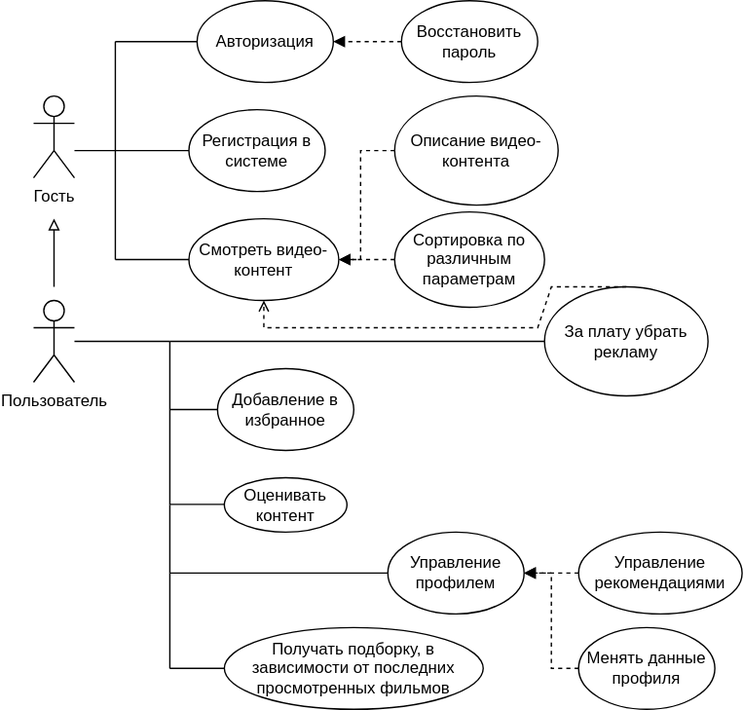
Before: lab1/pic/schema.svg, a diagram exported from draw.io (ta4ilka69/Fundamentals-of-Software-Engineering). Source tidied: cells renumbered, new cells last; positions are measured from the earlier drawing's top-left corner, leaving out a move shared by most shapes.
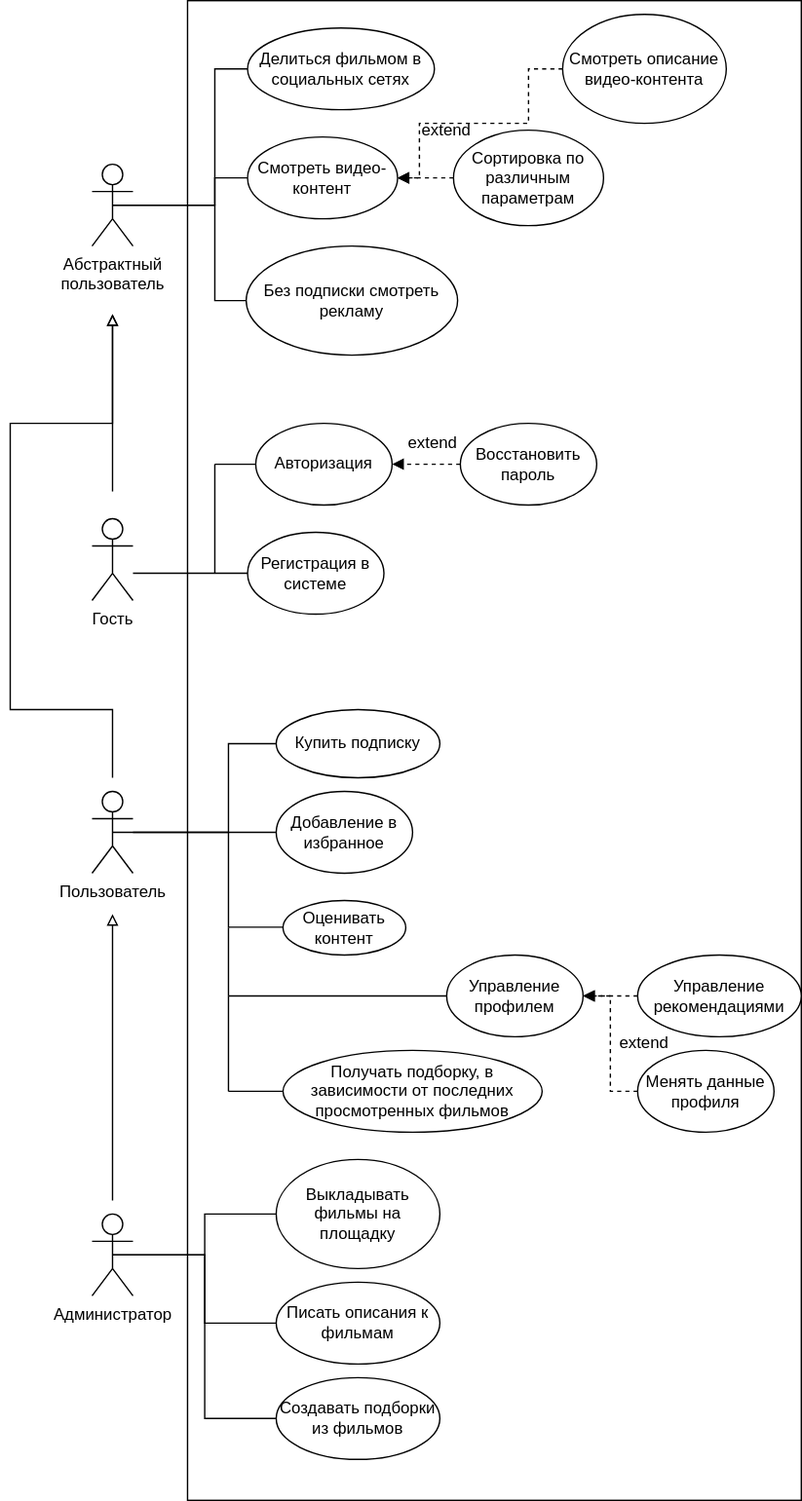
After the change.

What changed in the source:
```diff
@@ -2,11 +2,22 @@
   <root>
     <mxCell id="0" />
     <mxCell id="1" parent="0" />
+    <mxCell id="38" style="rounded=0;whiteSpace=wrap;html=1;" parent="1" vertex="1">
+      <mxGeometry x="70" y="-310" width="450" height="1100" as="geometry" />
+    </mxCell>
     <mxCell id="2" value="Гость" style="shape=umlActor;verticalLabelPosition=bottom;verticalAlign=top;html=1;" parent="1" vertex="1">
       <mxGeometry y="70" width="30" height="60" as="geometry" />
     </mxCell>
+    <mxCell id="39" style="edgeStyle=orthogonalEdgeStyle;rounded=0;jettySize=auto;html=1;exitX=0.5;exitY=0.5;exitDx=0;exitDy=0;exitPerimeter=0;entryX=0;entryY=0.5;entryDx=0;entryDy=0;endArrow=none;endFill=0;" parent="1" edge="1" source="3" target="54">
+      <mxGeometry relative="1" as="geometry">
+        <Array as="points">
+          <mxPoint x="100" y="300" />
+          <mxPoint x="100" y="235" />
+        </Array>
+      </mxGeometry>
+    </mxCell>
     <mxCell id="3" value="Пользователь" style="shape=umlActor;verticalLabelPosition=bottom;verticalAlign=top;html=1;outlineConnect=0;" parent="1" vertex="1">
-      <mxGeometry y="220" width="30" height="60" as="geometry" />
+      <mxGeometry y="270" width="30" height="60" as="geometry" />
     </mxCell>
     <mxCell id="4" value="Авторизация" style="ellipse;whiteSpace=wrap;html=1;" parent="1" vertex="1">
       <mxGeometry x="120" width="100" height="60" as="geometry" />
@@ -19,13 +30,13 @@
     </mxCell>
     <mxCell id="6" style="endArrow=none;html=1;rounded=0;" parent="1" edge="1">
       <mxGeometry relative="1" as="geometry">
-        <mxPoint x="100" y="250" as="sourcePoint" />
+        <mxPoint x="100" y="300" as="sourcePoint" />
         <mxPoint x="100" y="370" as="targetPoint" />
       </mxGeometry>
     </mxCell>
     <mxCell id="7" style="endArrow=none;html=1;rounded=0;" parent="1" edge="1" target="3">
       <mxGeometry relative="1" as="geometry">
-        <mxPoint x="100" y="250" as="sourcePoint" />
+        <mxPoint x="100" y="300" as="sourcePoint" />
       </mxGeometry>
     </mxCell>
     <mxCell id="8" value="Добавление в избранное" style="ellipse;whiteSpace=wrap;html=1;" parent="1" vertex="1">
@@ -44,27 +55,33 @@
         <mxPoint x="30" y="110" as="sourcePoint" />
       </mxGeometry>
     </mxCell>
-    <mxCell id="12" value="Смотреть видео-контент" style="ellipse;whiteSpace=wrap;html=1;" parent="1" vertex="1">
-      <mxGeometry x="114" y="160" width="110" height="60" as="geometry" />
-    </mxCell>
     <mxCell id="13" value="Оценивать контент" style="ellipse;whiteSpace=wrap;html=1;" parent="1" vertex="1">
       <mxGeometry x="140" y="350" width="90" height="40" as="geometry" />
     </mxCell>
     <mxCell id="14" style="endArrow=block;html=1;rounded=0;endFill=0;" parent="1" edge="1">
       <mxGeometry relative="1" as="geometry">
-        <mxPoint x="15" y="210" as="sourcePoint" />
-        <mxPoint x="15" y="160" as="targetPoint" />
+        <mxPoint x="15" y="260" as="sourcePoint" />
+        <mxPoint x="15" y="-80" as="targetPoint" />
+        <Array as="points">
+          <mxPoint x="15" y="210" />
+          <mxPoint x="-60" y="210" />
+          <mxPoint x="-60" />
+          <mxPoint x="15" />
+        </Array>
       </mxGeometry>
     </mxCell>
     <mxCell id="15" style="endArrow=none;html=1;rounded=0;" parent="1" edge="1">
       <mxGeometry relative="1" as="geometry">
-        <mxPoint x="60" y="110" as="sourcePoint" />
-        <mxPoint x="60" y="30" as="targetPoint" />
+        <mxPoint x="90" y="110" as="sourcePoint" />
+        <mxPoint x="90" y="30" as="targetPoint" />
+        <Array as="points">
+          <mxPoint x="90" y="70" />
+        </Array>
       </mxGeometry>
     </mxCell>
     <mxCell id="16" style="endArrow=none;html=1;rounded=0;entryX=0;entryY=0.5;entryDx=0;entryDy=0;" parent="1" edge="1" target="4">
       <mxGeometry relative="1" as="geometry">
-        <mxPoint x="60" y="30" as="sourcePoint" />
+        <mxPoint x="90" y="30" as="sourcePoint" />
       </mxGeometry>
     </mxCell>
     <mxCell id="17" value="Восстановить пароль" style="ellipse;whiteSpace=wrap;html=1;" parent="1" vertex="1">
@@ -75,23 +92,6 @@
         <mxPoint x="270" y="30" as="sourcePoint" />
       </mxGeometry>
     </mxCell>
-    <mxCell id="19" style="endArrow=none;html=1;rounded=0;" parent="1" edge="1">
-      <mxGeometry relative="1" as="geometry">
-        <mxPoint x="60" y="190" as="sourcePoint" />
-        <mxPoint x="60" y="110" as="targetPoint" />
-      </mxGeometry>
-    </mxCell>
-    <mxCell id="20" style="endArrow=none;html=1;rounded=0;entryX=0;entryY=0.5;entryDx=0;entryDy=0;" parent="1" edge="1" target="12">
-      <mxGeometry relative="1" as="geometry">
-        <mxPoint x="60" y="190" as="sourcePoint" />
-      </mxGeometry>
-    </mxCell>
-    <mxCell id="21" value="Сортировка по различным параметрам" style="ellipse;whiteSpace=wrap;html=1;" parent="1" vertex="1">
-      <mxGeometry x="265" y="155" width="110" height="70" as="geometry" />
-    </mxCell>
-    <mxCell id="22" style="endArrow=block;html=1;rounded=0;entryX=1;entryY=0.5;entryDx=0;entryDy=0;endFill=1;dashed=1;exitX=0;exitY=0.5;exitDx=0;exitDy=0;" parent="1" edge="1" source="21" target="12">
-      <mxGeometry relative="1" as="geometry" />
-    </mxCell>
     <mxCell id="23" style="endArrow=none;html=1;rounded=0;" parent="1" edge="1">
       <mxGeometry relative="1" as="geometry">
         <mxPoint x="100" y="420" as="sourcePoint" />
@@ -118,23 +118,6 @@
         </Array>
       </mxGeometry>
     </mxCell>
-    <mxCell id="29" value="За плату убрать рекламу" style="ellipse;whiteSpace=wrap;html=1;" parent="1" vertex="1">
-      <mxGeometry x="375" y="210" width="120" height="80" as="geometry" />
-    </mxCell>
-    <mxCell id="30" style="endArrow=none;html=1;rounded=0;entryX=0;entryY=0.5;entryDx=0;entryDy=0;" parent="1" edge="1" target="29">
-      <mxGeometry relative="1" as="geometry">
-        <mxPoint x="100" y="250" as="sourcePoint" />
-      </mxGeometry>
-    </mxCell>
-    <mxCell id="31" style="endArrow=open;html=1;rounded=0;entryX=0.5;entryY=1;entryDx=0;entryDy=0;endFill=0;dashed=1;exitX=0.5;exitY=0;exitDx=0;exitDy=0;" parent="1" edge="1" source="29" target="12">
-      <mxGeometry relative="1" as="geometry">
-        <Array as="points">
-          <mxPoint x="380" y="210" />
-          <mxPoint x="370" y="240" />
-          <mxPoint x="169" y="240" />
-        </Array>
-      </mxGeometry>
-    </mxCell>
     <mxCell id="32" style="endArrow=none;html=1;rounded=0;" parent="1" edge="1">
       <mxGeometry relative="1" as="geometry">
         <mxPoint x="100" y="420" as="sourcePoint" />
@@ -155,16 +138,105 @@
         <mxPoint x="100" y="490" as="targetPoint" />
       </mxGeometry>
     </mxCell>
-    <mxCell id="36" value="Описание видео-контента" style="ellipse;whiteSpace=wrap;html=1;" parent="1" vertex="1">
-      <mxGeometry x="265" y="70" width="120" height="80" as="geometry" />
-    </mxCell>
-    <mxCell id="37" style="endArrow=block;html=1;rounded=0;entryX=1;entryY=0.5;entryDx=0;entryDy=0;endFill=1;dashed=1;exitX=0;exitY=0.5;exitDx=0;exitDy=0;" parent="1" edge="1" source="36" target="12">
-      <mxGeometry relative="1" as="geometry">
-        <Array as="points">
-          <mxPoint x="240" y="110" />
-          <mxPoint x="240" y="190" />
-        </Array>
-      </mxGeometry>
-    </mxCell>
+    <mxCell id="40" style="edgeStyle=orthogonalEdgeStyle;rounded=0;jettySize=auto;html=1;exitX=0.5;exitY=0.5;exitDx=0;exitDy=0;exitPerimeter=0;entryX=0;entryY=0.5;entryDx=0;entryDy=0;strokeColor=default;endArrow=none;endFill=0;" parent="1" edge="1" source="43" target="44">
+      <mxGeometry relative="1" as="geometry" />
+    </mxCell>
+    <mxCell id="41" style="edgeStyle=orthogonalEdgeStyle;rounded=0;jettySize=auto;html=1;exitX=0.5;exitY=0.5;exitDx=0;exitDy=0;exitPerimeter=0;entryX=0;entryY=0.5;entryDx=0;entryDy=0;endArrow=none;endFill=0;" parent="1" edge="1" source="43" target="45">
+      <mxGeometry relative="1" as="geometry" />
+    </mxCell>
+    <mxCell id="42" style="edgeStyle=orthogonalEdgeStyle;rounded=0;jettySize=auto;html=1;exitX=0.5;exitY=0.5;exitDx=0;exitDy=0;exitPerimeter=0;entryX=0;entryY=0.5;entryDx=0;entryDy=0;endArrow=none;endFill=0;" parent="1" edge="1" source="43" target="46">
+      <mxGeometry relative="1" as="geometry" />
+    </mxCell>
+    <mxCell id="43" value="Администратор" style="shape=umlActor;verticalLabelPosition=bottom;verticalAlign=top;html=1;outlineConnect=0;" parent="1" vertex="1">
+      <mxGeometry y="580" width="30" height="60" as="geometry" />
+    </mxCell>
+    <mxCell id="44" value="Выкладывать фильмы на площадку" style="ellipse;whiteSpace=wrap;html=1;" parent="1" vertex="1">
+      <mxGeometry x="135" y="540" width="120" height="80" as="geometry" />
+    </mxCell>
+    <mxCell id="45" value="Писать описания к фильмам" style="ellipse;whiteSpace=wrap;html=1;" parent="1" vertex="1">
+      <mxGeometry x="135" y="630" width="120" height="60" as="geometry" />
+    </mxCell>
+    <mxCell id="46" value="Создавать подборки из фильмов" style="ellipse;whiteSpace=wrap;html=1;" parent="1" vertex="1">
+      <mxGeometry x="135" y="700" width="120" height="60" as="geometry" />
+    </mxCell>
+    <mxCell id="47" style="endArrow=block;html=1;rounded=0;endFill=0;" parent="1" edge="1">
+      <mxGeometry relative="1" as="geometry">
+        <mxPoint x="15" y="570" as="sourcePoint" />
+        <mxPoint x="15" y="360" as="targetPoint" />
+      </mxGeometry>
+    </mxCell>
+    <mxCell id="48" style="edgeStyle=orthogonalEdgeStyle;rounded=0;jettySize=auto;html=1;exitX=0.5;exitY=0.5;exitDx=0;exitDy=0;exitPerimeter=0;entryX=0;entryY=0.5;entryDx=0;entryDy=0;endArrow=none;endFill=0;" parent="1" edge="1" source="51" target="12">
+      <mxGeometry relative="1" as="geometry">
+        <Array as="points">
+          <mxPoint x="90" y="-160" />
+          <mxPoint x="90" y="-180" />
+        </Array>
+      </mxGeometry>
+    </mxCell>
+    <mxCell id="49" style="edgeStyle=orthogonalEdgeStyle;rounded=0;jettySize=auto;html=1;exitX=0.5;exitY=0.5;exitDx=0;exitDy=0;exitPerimeter=0;entryX=0;entryY=0.5;entryDx=0;entryDy=0;endArrow=none;endFill=0;" parent="1" edge="1" source="51" target="58">
+      <mxGeometry relative="1" as="geometry">
+        <Array as="points">
+          <mxPoint x="90" y="-160" />
+          <mxPoint x="90" y="-90" />
+        </Array>
+      </mxGeometry>
+    </mxCell>
+    <mxCell id="50" style="edgeStyle=orthogonalEdgeStyle;rounded=0;jettySize=auto;html=1;exitX=0.5;exitY=0.5;exitDx=0;exitDy=0;exitPerimeter=0;entryX=0;entryY=0.5;entryDx=0;entryDy=0;endArrow=none;endFill=0;" parent="1" edge="1" source="51" target="60">
+      <mxGeometry relative="1" as="geometry">
+        <Array as="points">
+          <mxPoint x="90" y="-160" />
+          <mxPoint x="90" y="-260" />
+        </Array>
+      </mxGeometry>
+    </mxCell>
+    <mxCell id="51" value="Абстрактный&lt;div&gt;пользователь&lt;/div&gt;" style="shape=umlActor;verticalLabelPosition=bottom;verticalAlign=top;html=1;outlineConnect=0;" parent="1" vertex="1">
+      <mxGeometry y="-190" width="30" height="60" as="geometry" />
+    </mxCell>
+    <mxCell id="12" value="Смотреть видео-контент" style="ellipse;whiteSpace=wrap;html=1;" parent="1" vertex="1">
+      <mxGeometry x="114" y="-210" width="110" height="60" as="geometry" />
+    </mxCell>
+    <mxCell id="21" value="Сортировка по различным параметрам" style="ellipse;whiteSpace=wrap;html=1;" parent="1" vertex="1">
+      <mxGeometry x="265" y="-215" width="110" height="70" as="geometry" />
+    </mxCell>
+    <mxCell id="22" style="endArrow=block;html=1;rounded=0;entryX=1;entryY=0.5;entryDx=0;entryDy=0;endFill=1;dashed=1;exitX=0;exitY=0.5;exitDx=0;exitDy=0;" parent="1" edge="1" source="21" target="12">
+      <mxGeometry relative="1" as="geometry" />
+    </mxCell>
+    <mxCell id="52" value="Смотреть описание видео-контента" style="ellipse;whiteSpace=wrap;html=1;" parent="1" vertex="1">
+      <mxGeometry x="345" y="-300" width="120" height="80" as="geometry" />
+    </mxCell>
+    <mxCell id="53" style="endArrow=block;html=1;rounded=0;entryX=1;entryY=0.5;entryDx=0;entryDy=0;endFill=1;dashed=1;exitX=0;exitY=0.5;exitDx=0;exitDy=0;" parent="1" edge="1" source="52" target="12">
+      <mxGeometry relative="1" as="geometry">
+        <Array as="points">
+          <mxPoint x="320" y="-260" />
+          <mxPoint x="320" y="-220" />
+          <mxPoint x="240" y="-220" />
+          <mxPoint x="240" y="-180" />
+        </Array>
+      </mxGeometry>
+    </mxCell>
+    <mxCell id="54" value="Купить подписку" style="ellipse;whiteSpace=wrap;html=1;" parent="1" vertex="1">
+      <mxGeometry x="135" y="210" width="120" height="50" as="geometry" />
+    </mxCell>
+    <mxCell id="55" value="extend" style="text;html=1;align=center;verticalAlign=middle;whiteSpace=wrap;rounded=0;" parent="1" vertex="1">
+      <mxGeometry x="375" y="440" width="60" height="30" as="geometry" />
+    </mxCell>
+    <mxCell id="56" value="extend" style="text;html=1;align=center;verticalAlign=middle;whiteSpace=wrap;rounded=0;" parent="1" vertex="1">
+      <mxGeometry x="220" width="60" height="30" as="geometry" />
+    </mxCell>
+    <mxCell id="57" value="extend" style="text;html=1;align=center;verticalAlign=middle;whiteSpace=wrap;rounded=0;" parent="1" vertex="1">
+      <mxGeometry x="230" y="-230" width="60" height="30" as="geometry" />
+    </mxCell>
+    <mxCell id="58" value="Без подписки смотреть рекламу" style="ellipse;whiteSpace=wrap;html=1;" parent="1" vertex="1">
+      <mxGeometry x="113" y="-130" width="155" height="80" as="geometry" />
+    </mxCell>
+    <mxCell id="59" style="endArrow=block;html=1;rounded=0;endFill=0;" parent="1" edge="1">
+      <mxGeometry relative="1" as="geometry">
+        <mxPoint x="15" y="50" as="sourcePoint" />
+        <mxPoint x="15" y="-80" as="targetPoint" />
+      </mxGeometry>
+    </mxCell>
+    <mxCell id="60" value="Делиться фильмом в социальных сетях" style="ellipse;whiteSpace=wrap;html=1;" parent="1" vertex="1">
+      <mxGeometry x="114" y="-290" width="137" height="60" as="geometry" />
+    </mxCell>
   </root>
 </mxGraphModel>
```
